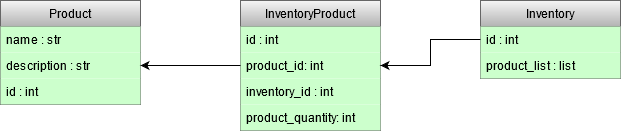
Above: UML_Diagram.png in eapg/restaurant (draw.io), before the change. Source tidied: cells renumbered, new cells last; positions are measured from the earlier drawing's top-left corner, leaving out a move shared by most shapes. Source of this version:
```xml
<mxGraphModel>
  <root>
    <mxCell id="0" />
    <mxCell id="1" parent="0" />
    <mxCell id="2" value="Product" style="swimlane;fontStyle=0;horizontal=1;startSize=26;fillColor=#f5f5f5;strokeColor=#666666;gradientColor=#b3b3b3;" parent="1" vertex="1">
      <mxGeometry width="140" height="104" as="geometry" />
    </mxCell>
    <mxCell id="3" value="name : str" style="text;strokeColor=none;align=left;verticalAlign=top;spacingLeft=4;spacingRight=4;overflow=hidden;fillColor=#CCFFCC;" parent="2" vertex="1">
      <mxGeometry y="26" width="140" height="26" as="geometry" />
    </mxCell>
    <mxCell id="4" value="description : str" style="text;strokeColor=none;align=left;verticalAlign=top;spacingLeft=4;spacingRight=4;overflow=hidden;points=[[0,0.5],[1,0.5]];portConstraint=eastwest;fillColor=#CCFFCC;" parent="2" vertex="1">
      <mxGeometry y="52" width="140" height="26" as="geometry" />
    </mxCell>
    <mxCell id="5" value="id : int" style="text;strokeColor=none;align=left;verticalAlign=top;spacingLeft=4;spacingRight=4;overflow=hidden;fillColor=#CCFFCC;" parent="2" vertex="1">
      <mxGeometry y="78" width="140" height="26" as="geometry" />
    </mxCell>
    <mxCell id="6" value="InventoryProduct" style="swimlane;fontStyle=0;horizontal=1;startSize=26;fillColor=#f5f5f5;strokeColor=#666666;gradientColor=#b3b3b3;" parent="1" vertex="1">
      <mxGeometry x="240" width="140" height="130" as="geometry" />
    </mxCell>
    <mxCell id="7" value="id : int" style="text;strokeColor=none;align=left;verticalAlign=top;spacingLeft=4;spacingRight=4;overflow=hidden;fillColor=#CCFFCC;" parent="6" vertex="1">
      <mxGeometry y="26" width="140" height="26" as="geometry" />
    </mxCell>
    <mxCell id="8" value="product_id: int" style="text;strokeColor=none;align=left;verticalAlign=top;spacingLeft=4;spacingRight=4;overflow=hidden;points=[[0,0.5],[1,0.5]];portConstraint=eastwest;fillColor=#CCFFCC;" parent="6" vertex="1">
      <mxGeometry y="52" width="140" height="26" as="geometry" />
    </mxCell>
    <mxCell id="9" value="inventory_id : int" style="text;strokeColor=none;align=left;verticalAlign=top;spacingLeft=4;spacingRight=4;overflow=hidden;fillColor=#CCFFCC;" parent="6" vertex="1">
      <mxGeometry y="78" width="140" height="26" as="geometry" />
    </mxCell>
    <mxCell id="10" value="product_quantity: int" style="text;strokeColor=none;align=left;verticalAlign=top;spacingLeft=4;spacingRight=4;overflow=hidden;fillColor=#CCFFCC;" parent="6" vertex="1">
      <mxGeometry y="104" width="140" height="26" as="geometry" />
    </mxCell>
    <mxCell id="11" value="Inventory" style="swimlane;fontStyle=0;horizontal=1;startSize=26;fillColor=#f5f5f5;strokeColor=#666666;gradientColor=#b3b3b3;" parent="1" vertex="1">
      <mxGeometry x="480" width="140" height="78" as="geometry" />
    </mxCell>
    <mxCell id="12" value="id : int" style="text;strokeColor=none;align=left;verticalAlign=top;spacingLeft=4;spacingRight=4;overflow=hidden;points=[[0,0.5],[1,0.5]];portConstraint=eastwest;fillColor=#CCFFCC;" parent="11" vertex="1">
      <mxGeometry y="26" width="140" height="26" as="geometry" />
    </mxCell>
    <mxCell id="13" value="product_list : list" style="text;strokeColor=none;align=left;verticalAlign=top;spacingLeft=4;spacingRight=4;overflow=hidden;fillColor=#CCFFCC;" parent="11" vertex="1">
      <mxGeometry y="52" width="140" height="26" as="geometry" />
    </mxCell>
    <mxCell id="14" style="edgeStyle=orthogonalEdgeStyle;rounded=0;jettySize=auto;html=1;exitX=0;exitY=0.5;exitDx=0;exitDy=0;entryX=1;entryY=0.5;entryDx=0;entryDy=0;" parent="1" edge="1" source="8" target="4">
      <mxGeometry relative="1" as="geometry" />
    </mxCell>
    <mxCell id="15" style="edgeStyle=orthogonalEdgeStyle;rounded=0;jettySize=auto;html=1;entryX=1;entryY=0.5;entryDx=0;entryDy=0;" parent="1" edge="1" source="12" target="8">
      <mxGeometry relative="1" as="geometry" />
    </mxCell>
  </root>
</mxGraphModel>
```
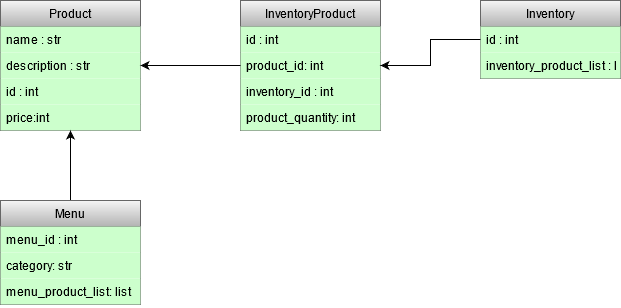
The same diagram one commit later.

Commit message:
Menu class added

What changed in the source:
```diff
@@ -3,7 +3,7 @@
     <mxCell id="0" />
     <mxCell id="1" parent="0" />
     <mxCell id="2" value="Product" style="swimlane;fontStyle=0;horizontal=1;startSize=26;fillColor=#f5f5f5;strokeColor=#666666;gradientColor=#b3b3b3;" parent="1" vertex="1">
-      <mxGeometry width="140" height="104" as="geometry" />
+      <mxGeometry width="140" height="130" as="geometry" />
     </mxCell>
     <mxCell id="3" value="name : str" style="text;strokeColor=none;align=left;verticalAlign=top;spacingLeft=4;spacingRight=4;overflow=hidden;fillColor=#CCFFCC;" parent="2" vertex="1">
       <mxGeometry y="26" width="140" height="26" as="geometry" />
@@ -14,6 +14,9 @@
     <mxCell id="5" value="id : int" style="text;strokeColor=none;align=left;verticalAlign=top;spacingLeft=4;spacingRight=4;overflow=hidden;fillColor=#CCFFCC;" parent="2" vertex="1">
       <mxGeometry y="78" width="140" height="26" as="geometry" />
     </mxCell>
+    <mxCell id="16" value="price:int" style="text;strokeColor=none;align=left;verticalAlign=top;spacingLeft=4;spacingRight=4;overflow=hidden;fillColor=#CCFFCC;" parent="2" vertex="1">
+      <mxGeometry y="104" width="140" height="26" as="geometry" />
+    </mxCell>
     <mxCell id="6" value="InventoryProduct" style="swimlane;fontStyle=0;horizontal=1;startSize=26;fillColor=#f5f5f5;strokeColor=#666666;gradientColor=#b3b3b3;" parent="1" vertex="1">
       <mxGeometry x="240" width="140" height="130" as="geometry" />
     </mxCell>
@@ -35,7 +38,7 @@
     <mxCell id="12" value="id : int" style="text;strokeColor=none;align=left;verticalAlign=top;spacingLeft=4;spacingRight=4;overflow=hidden;points=[[0,0.5],[1,0.5]];portConstraint=eastwest;fillColor=#CCFFCC;" parent="11" vertex="1">
       <mxGeometry y="26" width="140" height="26" as="geometry" />
     </mxCell>
-    <mxCell id="13" value="product_list : list" style="text;strokeColor=none;align=left;verticalAlign=top;spacingLeft=4;spacingRight=4;overflow=hidden;fillColor=#CCFFCC;" parent="11" vertex="1">
+    <mxCell id="13" value="inventory_product_list : list" style="text;strokeColor=none;align=left;verticalAlign=top;spacingLeft=4;spacingRight=4;overflow=hidden;fillColor=#CCFFCC;" parent="11" vertex="1">
       <mxGeometry y="52" width="140" height="26" as="geometry" />
     </mxCell>
     <mxCell id="14" style="edgeStyle=orthogonalEdgeStyle;rounded=0;jettySize=auto;html=1;exitX=0;exitY=0.5;exitDx=0;exitDy=0;entryX=1;entryY=0.5;entryDx=0;entryDy=0;" parent="1" edge="1" source="8" target="4">
@@ -44,5 +47,20 @@
     <mxCell id="15" style="edgeStyle=orthogonalEdgeStyle;rounded=0;jettySize=auto;html=1;entryX=1;entryY=0.5;entryDx=0;entryDy=0;" parent="1" edge="1" source="12" target="8">
       <mxGeometry relative="1" as="geometry" />
     </mxCell>
+    <mxCell id="17" style="edgeStyle=orthogonalEdgeStyle;rounded=0;jettySize=auto;html=1;entryX=0.5;entryY=1;entryDx=0;entryDy=0;" parent="1" edge="1" source="18" target="2">
+      <mxGeometry relative="1" as="geometry" />
+    </mxCell>
+    <mxCell id="18" value="Menu" style="swimlane;fontStyle=0;horizontal=1;startSize=26;fillColor=#f5f5f5;gradientColor=#b3b3b3;strokeColor=#666666;" parent="1" vertex="1">
+      <mxGeometry y="200" width="140" height="104" as="geometry" />
+    </mxCell>
+    <mxCell id="19" value="menu_id : int" style="text;strokeColor=none;align=left;verticalAlign=top;spacingLeft=4;spacingRight=4;overflow=hidden;fillColor=#CCFFCC;" parent="18" vertex="1">
+      <mxGeometry y="26" width="140" height="26" as="geometry" />
+    </mxCell>
+    <mxCell id="20" value="category: str" style="text;strokeColor=none;align=left;verticalAlign=top;spacingLeft=4;spacingRight=4;overflow=hidden;fillColor=#CCFFCC;" parent="18" vertex="1">
+      <mxGeometry y="52" width="140" height="26" as="geometry" />
+    </mxCell>
+    <mxCell id="21" value="menu_product_list: list" style="text;strokeColor=none;align=left;verticalAlign=top;spacingLeft=4;spacingRight=4;overflow=hidden;fillColor=#CCFFCC;" parent="18" vertex="1">
+      <mxGeometry y="78" width="140" height="26" as="geometry" />
+    </mxCell>
   </root>
 </mxGraphModel>
```
